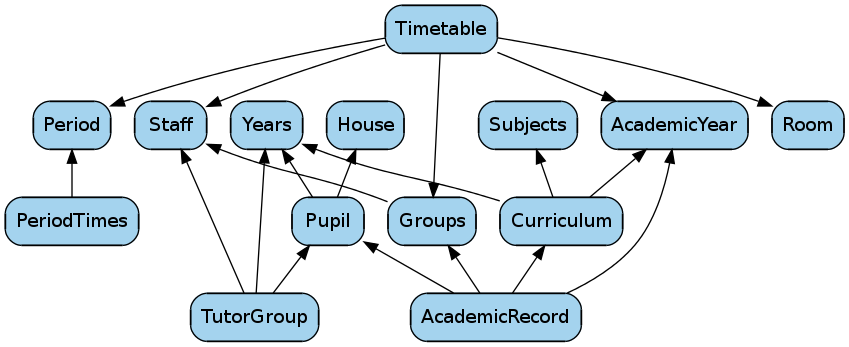
Above: notes/SchoolBase_db/diagram.png in XronosSchedulingLtd/scheduler (Graphviz), before the change. Its source is kept beside it as notes/SchoolBase_db/diagram.dot. Source of this version:
```dot
digraph tables {
  rankdir=BT;
  node [shape=box, style="filled,rounded", fillcolor=lightskyblue2];

    "AcademicRecord" -> "AcademicYear";
    "AcademicRecord" -> "Pupil";
    "AcademicRecord" -> "Groups";
    "AcademicRecord" -> "Curriculum";
    "Curriculum"     -> "AcademicYear";
    "Curriculum"     -> "Years";
    "Curriculum"     -> "Subjects";
    "Groups"         -> "Staff";
    "PeriodTimes"    -> "Period";
    "Pupil"          -> "House";
    "Pupil"          -> "Years";
    "TutorGroup"     -> "Pupil";
    "TutorGroup"     -> "Staff";
    "TutorGroup"     -> "Years";
    "Groups"         -> "Timetable" [dir=back];
    "Staff"          -> "Timetable" [dir=back];
    "Room"           -> "Timetable" [dir=back];
    "Period"         -> "Timetable" [dir=back];
    "AcademicYear"   -> "Timetable" [dir=back];
  }
```
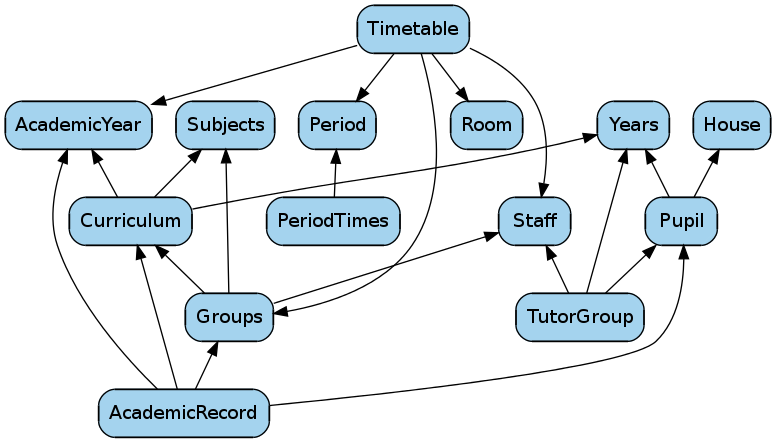
The same file after the commit.

What changed in the source:
```diff
@@ -9,7 +9,9 @@
     "Curriculum"     -> "AcademicYear";
     "Curriculum"     -> "Years";
     "Curriculum"     -> "Subjects";
+    "Groups"         -> "Curriculum";
     "Groups"         -> "Staff";
+    "Groups"         -> "Subjects";
     "PeriodTimes"    -> "Period";
     "Pupil"          -> "House";
     "Pupil"          -> "Years";
```
